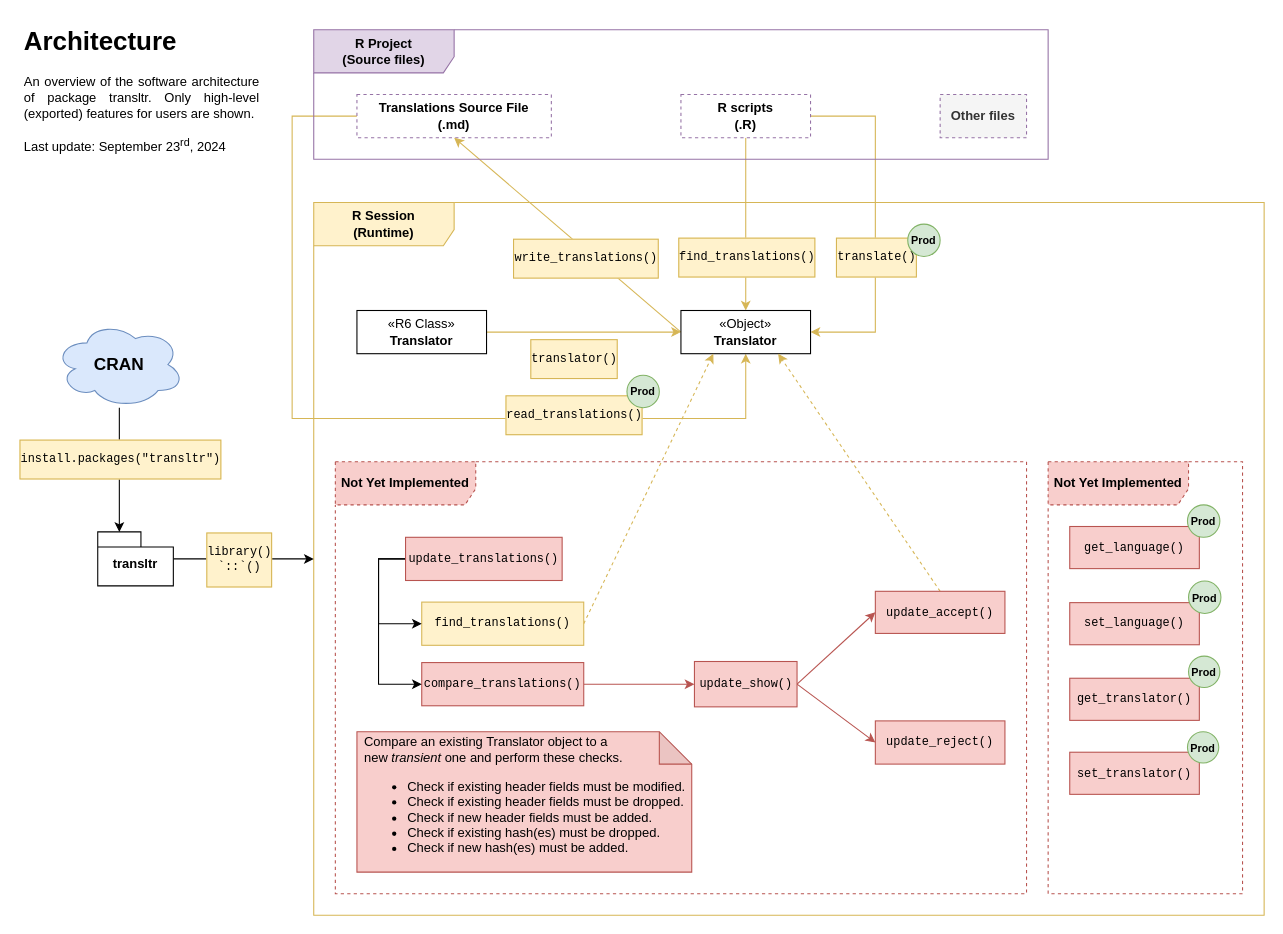
Earlier version of the draw.io diagram man/figures/architecture-overview-user.drawio (jeanmathieupotvin/transltr). Source tidied: cells renumbered, new cells numbered last; positions are measured from the earlier drawing's top-left corner, leaving out a move shared by most shapes. Both pictures are drawn from the tidied source at 108%, with x=0, y=0 at pixel (22, 18).
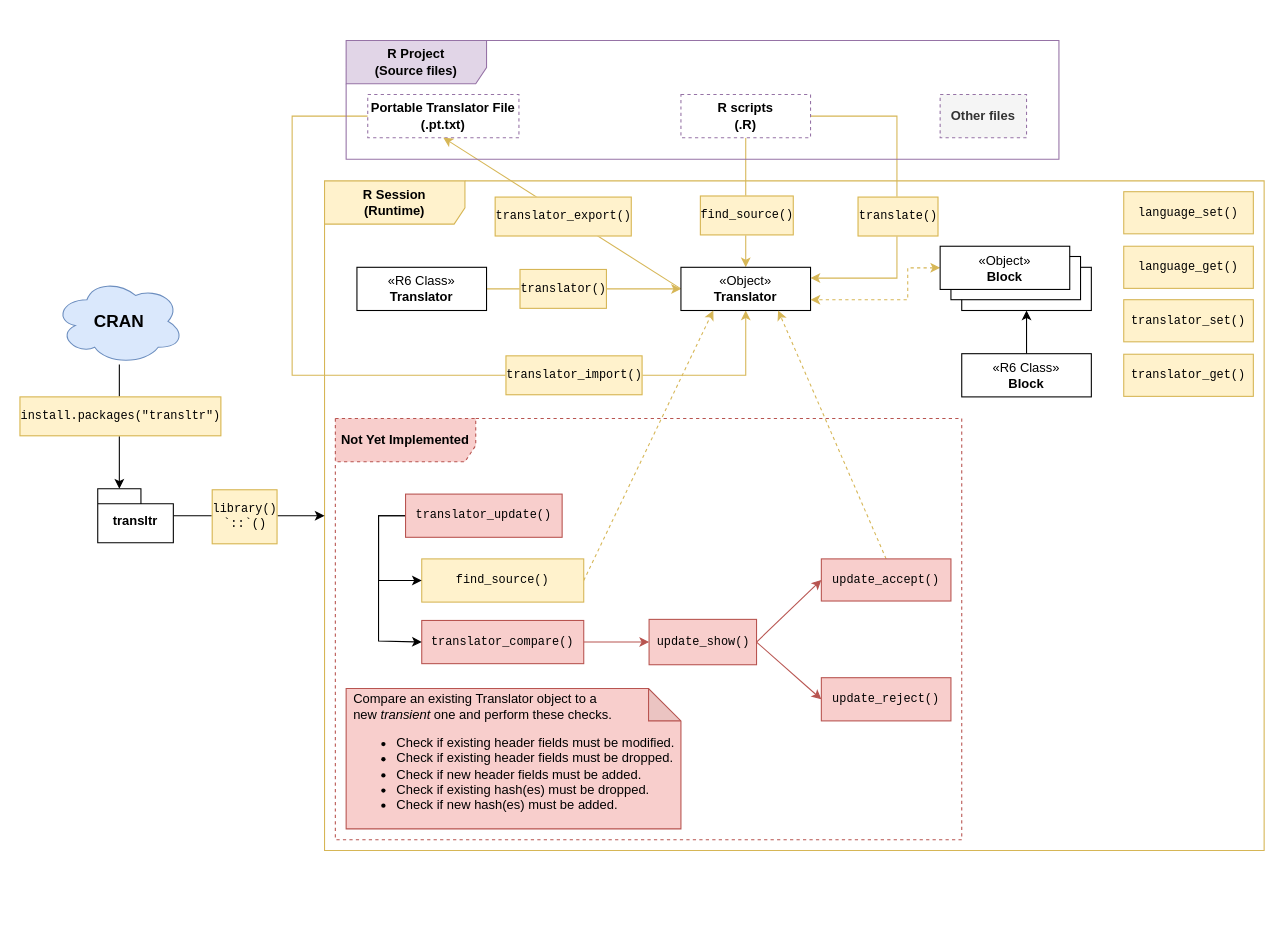
The same diagram, later.

Unchanged cells that the change refers to:
```xml
<mxCell id="5" style="edgeStyle=orthogonalEdgeStyle;rounded=0;jettySize=auto;html=1;entryX=0.5;entryY=0;entryDx=0;entryDy=0;fillColor=#fff2cc;strokeColor=#d6b656;" parent="1" edge="1" source="9" target="16">
  <mxGeometry relative="1" as="geometry" />
</mxCell>
<mxCell id="9" value="&lt;b&gt;R scripts&lt;br&gt;(.R)&lt;/b&gt;" style="html=1;whiteSpace=wrap;dashed=1;strokeColor=#9673A6;" parent="1" vertex="1">
  <mxGeometry x="610" y="70" width="120" height="40" as="geometry" />
</mxCell>
<mxCell id="11" style="edgeStyle=orthogonalEdgeStyle;rounded=0;jettySize=auto;html=1;fillColor=#fff2cc;strokeColor=#d6b656;" parent="1" edge="1" source="13" target="16">
  <mxGeometry relative="1" as="geometry" />
</mxCell>
<mxCell id="14" style="rounded=0;jettySize=auto;html=1;exitX=0;exitY=0.5;exitDx=0;exitDy=0;entryX=0.5;entryY=1;entryDx=0;entryDy=0;fillColor=#fff2cc;strokeColor=#d6b656;" parent="1" edge="1" source="16" target="4">
  <mxGeometry relative="1" as="geometry" />
</mxCell>
```

The edit, as a diff of the source:
```diff
@@
+    <mxCell id="52" style="html=1;whiteSpace=wrap;" parent="1" vertex="1">
+      <mxGeometry x="870" y="230" width="120" height="40" as="geometry" />
+    </mxCell>
     <mxCell id="2" style="edgeStyle=orthogonalEdgeStyle;rounded=0;jettySize=auto;html=1;entryX=0.5;entryY=1;entryDx=0;entryDy=0;fillColor=#fff2cc;strokeColor=#d6b656;" parent="1" edge="1" source="4" target="16">
       <mxGeometry relative="1" as="geometry">
         <Array as="points">
           <mxPoint x="250" y="90" />
-          <mxPoint x="250" y="370" />
-          <mxPoint x="670" y="370" />
+          <mxPoint x="250" y="330" />
+          <mxPoint x="670" y="330" />
         </Array>
       </mxGeometry>
     </mxCell>
-    <mxCell id="3" value="&lt;pre&gt;read_translations()&lt;/pre&gt;" style="edgeLabel;html=1;align=center;verticalAlign=middle;labelBorderColor=#D6B656;textShadow=0;labelBackgroundColor=#FFF2CC;spacingLeft=2;spacingRight=2;" parent="2" vertex="1">
+    <mxCell id="3" value="&lt;pre&gt;translator_import()&lt;/pre&gt;" style="edgeLabel;html=1;align=center;verticalAlign=middle;labelBorderColor=#D6B656;textShadow=0;labelBackgroundColor=#FFF2CC;spacingLeft=2;spacingRight=2;" parent="2" vertex="1">
       <mxGeometry x="0.87" y="1" relative="1" as="geometry">
-        <mxPoint x="-159" y="3" as="offset" />
+        <mxPoint x="-159" y="8" as="offset" />
       </mxGeometry>
     </mxCell>
-    <mxCell id="4" value="&lt;b&gt;Translations Source File &lt;br&gt;(.md)&lt;/b&gt;" style="html=1;whiteSpace=wrap;dashed=1;strokeColor=#9673A6;" parent="1" vertex="1">
-      <mxGeometry x="310" y="70" width="180" height="40" as="geometry" />
+    <mxCell id="4" value="&lt;b&gt;Portable Translator File&lt;br&gt;(.pt.txt)&lt;/b&gt;" style="html=1;whiteSpace=wrap;dashed=1;strokeColor=#9673A6;" parent="1" vertex="1">
+      <mxGeometry x="320" y="70" width="140" height="40" as="geometry" />
     </mxCell>
@@
-    <mxCell id="6" value="&lt;pre&gt;find_translations()&lt;/pre&gt;" style="edgeLabel;html=1;align=center;verticalAlign=middle;labelBorderColor=#D6B656;textShadow=0;labelBackgroundColor=#FFF2CC;spacingLeft=2;spacingRight=2;" parent="5" vertex="1">
+    <mxCell id="6" value="&lt;pre&gt;find_source()&lt;/pre&gt;" style="edgeLabel;html=1;align=center;verticalAlign=middle;labelBorderColor=#D6B656;textShadow=0;labelBackgroundColor=#FFF2CC;spacingLeft=2;spacingRight=2;" parent="5" vertex="1">
       <mxGeometry x="-0.21" relative="1" as="geometry">
-        <mxPoint y="47" as="offset" />
+        <mxPoint y="24" as="offset" />
       </mxGeometry>
     </mxCell>
-    <mxCell id="7" style="edgeStyle=orthogonalEdgeStyle;rounded=0;jettySize=auto;html=1;entryX=1;entryY=0.5;entryDx=0;entryDy=0;exitX=1;exitY=0.5;exitDx=0;exitDy=0;fillColor=#fff2cc;strokeColor=#d6b656;" parent="1" edge="1" source="9" target="16">
+    <mxCell id="7" style="edgeStyle=orthogonalEdgeStyle;rounded=0;jettySize=auto;html=1;entryX=1;entryY=0.25;entryDx=0;entryDy=0;exitX=1;exitY=0.5;exitDx=0;exitDy=0;fillColor=#fff2cc;strokeColor=#d6b656;" parent="1" edge="1" source="9" target="16">
       <mxGeometry relative="1" as="geometry">
         <Array as="points">
-          <mxPoint x="790" y="90" />
-          <mxPoint x="790" y="290" />
+          <mxPoint x="810" y="90" />
+          <mxPoint x="810" y="240" />
         </Array>
       </mxGeometry>
     </mxCell>
     <mxCell id="8" value="&lt;pre&gt;translate()&lt;/pre&gt;" style="edgeLabel;html=1;align=center;verticalAlign=middle;labelBorderColor=#D6B656;textShadow=0;labelBackgroundColor=#FFF2CC;spacingLeft=2;spacingRight=2;" parent="7" vertex="1">
       <mxGeometry x="-0.08" y="-1" relative="1" as="geometry">
-        <mxPoint x="1" y="43" as="offset" />
+        <mxPoint x="1" y="29" as="offset" />
       </mxGeometry>
     </mxCell>
@@
     <mxCell id="10" value="R Session&lt;br&gt;(Runtime)" style="shape=umlFrame;whiteSpace=wrap;html=1;width=130;height=40;fontStyle=1;fillColor=#fff2cc;strokeColor=#D6B656;swimlaneFillColor=none;" parent="1" vertex="1">
-      <mxGeometry x="270" y="170" width="880" height="660" as="geometry" />
+      <mxGeometry x="280" y="150" width="870" height="620" as="geometry" />
     </mxCell>
@@
     <mxCell id="12" value="&lt;pre&gt;translator()&lt;/pre&gt;" style="edgeLabel;html=1;align=center;verticalAlign=top;fontFamily=Helvetica;labelPosition=center;verticalLabelPosition=bottom;labelBackgroundColor=#FFF2CC;labelBorderColor=#D6B656;textShadow=0;spacingLeft=2;spacingRight=2;" parent="11" vertex="1">
       <mxGeometry x="-0.2" y="3" relative="1" as="geometry">
-        <mxPoint x="8" y="3" as="offset" />
+        <mxPoint x="-2" y="-22" as="offset" />
       </mxGeometry>
     </mxCell>
     <mxCell id="13" value="«R6 Class»&lt;br&gt;&lt;b&gt;Translator&lt;/b&gt;" style="html=1;whiteSpace=wrap;" parent="1" vertex="1">
-      <mxGeometry x="310" y="270" width="120" height="40" as="geometry" />
+      <mxGeometry x="310" y="230" width="120" height="40" as="geometry" />
     </mxCell>
@@
-    <mxCell id="15" value="&lt;pre&gt;write_translations()&lt;/pre&gt;" style="edgeLabel;html=1;align=center;verticalAlign=middle;labelBorderColor=#D6B656;textShadow=0;labelBackgroundColor=#FFF2CC;spacingLeft=2;spacingRight=2;" parent="14" vertex="1">
+    <mxCell id="15" value="&lt;pre&gt;translator_export()&lt;/pre&gt;" style="edgeLabel;html=1;align=center;verticalAlign=middle;labelBorderColor=#D6B656;textShadow=0;labelBackgroundColor=#FFF2CC;spacingLeft=2;spacingRight=2;" parent="14" vertex="1">
       <mxGeometry x="-0.26" y="2" relative="1" as="geometry">
-        <mxPoint x="-10" y="-4" as="offset" />
+        <mxPoint x="-27" y="-18" as="offset" />
       </mxGeometry>
     </mxCell>
     <mxCell id="16" value="«Object»&lt;br&gt;&lt;b&gt;Translator&lt;/b&gt;" style="html=1;whiteSpace=wrap;" parent="1" vertex="1">
-      <mxGeometry x="610" y="270" width="120" height="40" as="geometry" />
+      <mxGeometry x="610" y="230" width="120" height="40" as="geometry" />
     </mxCell>
     <mxCell id="17" value="R Project&lt;br&gt;(Source files)" style="shape=umlFrame;whiteSpace=wrap;html=1;width=130;height=40;fontStyle=1;fillColor=#e1d5e7;strokeColor=#9673a6;" parent="1" vertex="1">
-      <mxGeometry x="270" y="10" width="680" height="120" as="geometry" />
+      <mxGeometry x="300" y="20" width="660" height="110" as="geometry" />
     </mxCell>
@@
-    <mxCell id="19" value="&lt;pre style=&quot;font-size: 11px;&quot;&gt;compare_translations()&lt;/pre&gt;" style="html=1;whiteSpace=wrap;shadow=0;fillColor=#f8cecc;strokeColor=#b85450;fontSize=11;" parent="1" vertex="1">
-      <mxGeometry x="370" y="596" width="150" height="40" as="geometry" />
+    <mxCell id="19" value="&lt;pre style=&quot;font-size: 11px;&quot;&gt;translator_compare()&lt;/pre&gt;" style="html=1;whiteSpace=wrap;shadow=0;fillColor=#f8cecc;strokeColor=#b85450;fontSize=11;" parent="1" vertex="1">
+      <mxGeometry x="370" y="557" width="150" height="40" as="geometry" />
     </mxCell>
@@
-    <mxCell id="21" value="&lt;pre style=&quot;font-size: 11px;&quot;&gt;find_translations()&lt;/pre&gt;" style="html=1;whiteSpace=wrap;shadow=0;fillColor=#fff2cc;strokeColor=#d6b656;fontSize=11;" parent="1" vertex="1">
-      <mxGeometry x="370" y="540" width="150" height="40" as="geometry" />
+    <mxCell id="21" value="&lt;pre style=&quot;font-size: 11px;&quot;&gt;find_source()&lt;/pre&gt;" style="html=1;whiteSpace=wrap;shadow=0;fillColor=#fff2cc;strokeColor=#d6b656;fontSize=11;" parent="1" vertex="1">
+      <mxGeometry x="370" y="500" width="150" height="40" as="geometry" />
     </mxCell>
     <mxCell id="22" style="edgeStyle=orthogonalEdgeStyle;rounded=0;jettySize=auto;html=1;entryX=0;entryY=0.5;entryDx=0;entryDy=0;exitX=0;exitY=0.5;exitDx=0;exitDy=0;" parent="1" edge="1" source="24" target="21">
       <mxGeometry relative="1" as="geometry">
         <Array as="points">
-          <mxPoint x="330" y="500" />
-          <mxPoint x="330" y="560" />
+          <mxPoint x="330" y="460" />
+          <mxPoint x="330" y="520" />
         </Array>
       </mxGeometry>
     </mxCell>
     <mxCell id="23" style="edgeStyle=orthogonalEdgeStyle;rounded=0;jettySize=auto;html=1;entryX=0;entryY=0.5;entryDx=0;entryDy=0;exitX=0;exitY=0.5;exitDx=0;exitDy=0;" parent="1" edge="1" source="24" target="19">
       <mxGeometry relative="1" as="geometry">
         <Array as="points">
-          <mxPoint x="330" y="500" />
-          <mxPoint x="330" y="616" />
+          <mxPoint x="330" y="460" />
+          <mxPoint x="330" y="576" />
         </Array>
       </mxGeometry>
     </mxCell>
-    <mxCell id="24" value="&lt;pre style=&quot;font-size: 11px;&quot;&gt;update_translations()&lt;/pre&gt;" style="html=1;whiteSpace=wrap;shadow=0;fillColor=#f8cecc;strokeColor=#b85450;fontSize=11;" parent="1" vertex="1">
-      <mxGeometry x="355" y="480" width="145" height="40" as="geometry" />
+    <mxCell id="24" value="&lt;pre style=&quot;font-size: 11px;&quot;&gt;translator_update()&lt;/pre&gt;" style="html=1;whiteSpace=wrap;shadow=0;fillColor=#f8cecc;strokeColor=#b85450;fontSize=11;" parent="1" vertex="1">
+      <mxGeometry x="355" y="440" width="145" height="40" as="geometry" />
     </mxCell>
@@
     <mxCell id="26" value="&lt;pre style=&quot;font-size: 11px;&quot;&gt;update_accept()&lt;/pre&gt;" style="html=1;whiteSpace=wrap;shadow=0;fillColor=#f8cecc;strokeColor=#b85450;fontSize=11;" parent="1" vertex="1">
-      <mxGeometry x="790" y="530" width="120" height="39" as="geometry" />
+      <mxGeometry x="740" y="500" width="120" height="39" as="geometry" />
     </mxCell>
     <mxCell id="27" value="&lt;pre style=&quot;font-size: 11px;&quot;&gt;update_reject()&lt;/pre&gt;" style="html=1;whiteSpace=wrap;shadow=0;fillColor=#f8cecc;strokeColor=#b85450;fontSize=11;" parent="1" vertex="1">
-      <mxGeometry x="790" y="650" width="120" height="40" as="geometry" />
+      <mxGeometry x="740" y="610" width="120" height="40" as="geometry" />
     </mxCell>
     <mxCell id="28" value="Not Yet Implemented" style="shape=umlFrame;whiteSpace=wrap;html=1;width=130;height=40;fontStyle=1;fillColor=#f8cecc;strokeColor=#b85450;swimlaneFillColor=none;dashed=1;" parent="1" vertex="1">
-      <mxGeometry x="290" y="410" width="640" height="400" as="geometry" />
+      <mxGeometry x="290" y="370" width="580" height="390" as="geometry" />
     </mxCell>
     <mxCell id="29" value="Compare an existing Translator object to a &lt;br&gt;new &lt;i&gt;transient &lt;/i&gt;one and perform these checks.&lt;br&gt;&lt;ul&gt;&lt;li&gt;Check if existing header fields must be modified.&lt;/li&gt;&lt;li&gt;Check if existing header fields must be dropped.&lt;/li&gt;&lt;li&gt;Check if new header fields must be added.&lt;/li&gt;&lt;li&gt;Check if existing hash(es) must be dropped.&lt;/li&gt;&lt;li&gt;Check if new hash(es) must be added.&lt;/li&gt;&lt;/ul&gt;" style="shape=note;whiteSpace=wrap;html=1;backgroundOutline=1;darkOpacity=0.05;align=left;spacingLeft=5;spacingRight=5;fillColor=#f8cecc;strokeColor=#b85450;" parent="1" vertex="1">
-      <mxGeometry x="310" y="660" width="310" height="130" as="geometry" />
+      <mxGeometry x="300" y="620" width="310" height="130" as="geometry" />
     </mxCell>
@@
     <mxCell id="32" value="&lt;pre style=&quot;font-size: 11px;&quot;&gt;update_show()&lt;/pre&gt;" style="html=1;whiteSpace=wrap;shadow=0;fillColor=#f8cecc;strokeColor=#b85450;fontSize=11;" parent="1" vertex="1">
-      <mxGeometry x="622.5" y="595" width="95" height="42" as="geometry" />
+      <mxGeometry x="580.5" y="556" width="99.5" height="42" as="geometry" />
     </mxCell>
@@
     <mxCell id="36" value="&lt;div&gt;&lt;font&gt;transltr&lt;/font&gt;&lt;/div&gt;" style="shape=folder;fontStyle=1;spacingTop=10;tabWidth=40;tabHeight=14;tabPosition=left;html=1;whiteSpace=wrap;fontFamily=Helvetica;" parent="1" vertex="1">
-      <mxGeometry x="70" y="475" width="70" height="50" as="geometry" />
+      <mxGeometry x="70" y="435" width="70" height="50" as="geometry" />
     </mxCell>
     <mxCell id="37" value="CRAN" style="ellipse;shape=cloud;whiteSpace=wrap;html=1;fillColor=#dae8fc;strokeColor=#6c8ebf;fontStyle=1;fontSize=16;" parent="1" vertex="1">
-      <mxGeometry x="30" y="280" width="120" height="80" as="geometry" />
+      <mxGeometry x="30" y="240" width="120" height="80" as="geometry" />
     </mxCell>
@@
-    <mxCell id="40" value="&lt;h1 style=&quot;text-align: justify; margin-top: 0px;&quot;&gt;Architecture&lt;/h1&gt;&lt;div style=&quot;text-align: justify;&quot;&gt;An overview of the software architecture of package transltr. Only high-level (exported) features for users are shown.&lt;/div&gt;&lt;div style=&quot;text-align: justify;&quot;&gt;&lt;br&gt;&lt;/div&gt;&lt;div style=&quot;text-align: justify;&quot;&gt;Last update: September 23&lt;sup&gt;rd&lt;/sup&gt;, 2024&lt;/div&gt;" style="text;html=1;whiteSpace=wrap;overflow=hidden;rounded=0;fillColor=none;" parent="1" vertex="1">
-      <mxGeometry width="220" height="130" as="geometry" />
-    </mxCell>
-    <mxCell id="41" value="Prod" style="ellipse;whiteSpace=wrap;html=1;fillColor=#d5e8d4;strokeColor=#82b366;fontStyle=1;fontSize=10;" parent="1" vertex="1">
-      <mxGeometry x="560" y="330" width="30" height="30" as="geometry" />
-    </mxCell>
-    <mxCell id="42" value="&lt;pre style=&quot;font-size: 11px;&quot;&gt;set_language()&lt;/pre&gt;" style="html=1;whiteSpace=wrap;shadow=0;fillColor=#f8cecc;strokeColor=#b85450;fontSize=11;" parent="1" vertex="1">
-      <mxGeometry x="970" y="540.5" width="120" height="39" as="geometry" />
+    <mxCell id="42" value="&lt;pre style=&quot;font-size: 11px;&quot;&gt;language_get()&lt;/pre&gt;" style="html=1;whiteSpace=wrap;shadow=0;fillColor=#fff2cc;strokeColor=#d6b656;fontSize=11;" parent="1" vertex="1">
+      <mxGeometry x="1020" y="210.5" width="120" height="39" as="geometry" />
     </mxCell>
-    <mxCell id="43" value="&lt;pre style=&quot;font-size: 11px;&quot;&gt;set_translator()&lt;/pre&gt;" style="html=1;whiteSpace=wrap;shadow=0;fillColor=#f8cecc;strokeColor=#b85450;fontSize=11;" parent="1" vertex="1">
-      <mxGeometry x="970" y="679" width="120" height="39" as="geometry" />
+    <mxCell id="43" value="&lt;pre style=&quot;font-size: 11px;&quot;&gt;translator_get()&lt;/pre&gt;" style="html=1;whiteSpace=wrap;shadow=0;fillColor=#fff2cc;strokeColor=#d6b656;fontSize=11;" parent="1" vertex="1">
+      <mxGeometry x="1020" y="310.5" width="120" height="39" as="geometry" />
     </mxCell>
-    <mxCell id="44" value="&lt;pre style=&quot;font-size: 11px;&quot;&gt;get_translator()&lt;/pre&gt;" style="html=1;whiteSpace=wrap;shadow=0;fillColor=#f8cecc;strokeColor=#b85450;fontSize=11;" parent="1" vertex="1">
-      <mxGeometry x="970" y="610.5" width="120" height="39" as="geometry" />
+    <mxCell id="44" value="&lt;pre style=&quot;font-size: 11px;&quot;&gt;translator_set()&lt;/pre&gt;" style="html=1;whiteSpace=wrap;shadow=0;fillColor=#fff2cc;strokeColor=#d6b656;fontSize=11;" parent="1" vertex="1">
+      <mxGeometry x="1020" y="260" width="120" height="39" as="geometry" />
     </mxCell>
-    <mxCell id="45" value="&lt;pre style=&quot;font-size: 11px;&quot;&gt;get_language()&lt;/pre&gt;" style="html=1;whiteSpace=wrap;shadow=0;fillColor=#f8cecc;strokeColor=#b85450;fontSize=11;" parent="1" vertex="1">
-      <mxGeometry x="970" y="470" width="120" height="39" as="geometry" />
+    <mxCell id="45" value="&lt;pre style=&quot;font-size: 11px;&quot;&gt;language_set()&lt;/pre&gt;" style="html=1;whiteSpace=wrap;shadow=0;fillColor=#fff2cc;strokeColor=#d6b656;fontSize=11;" parent="1" vertex="1">
+      <mxGeometry x="1020" y="160" width="120" height="39" as="geometry" />
     </mxCell>
-    <mxCell id="46" value="Not Yet Implemented" style="shape=umlFrame;whiteSpace=wrap;html=1;width=130;height=40;fontStyle=1;fillColor=#f8cecc;strokeColor=#b85450;swimlaneFillColor=none;dashed=1;" parent="1" vertex="1">
-      <mxGeometry x="950" y="410" width="180" height="400" as="geometry" />
-    </mxCell>
-    <mxCell id="47" value="Prod" style="ellipse;whiteSpace=wrap;html=1;fillColor=#d5e8d4;strokeColor=#82b366;fontStyle=1;fontSize=10;" parent="1" vertex="1">
-      <mxGeometry x="820" y="190" width="30" height="30" as="geometry" />
-    </mxCell>
-    <mxCell id="48" value="Prod" style="ellipse;whiteSpace=wrap;html=1;fillColor=#d5e8d4;strokeColor=#82b366;fontStyle=1;fontSize=10;" parent="1" vertex="1">
-      <mxGeometry x="1079" y="450" width="30" height="30" as="geometry" />
-    </mxCell>
-    <mxCell id="49" value="Prod" style="ellipse;whiteSpace=wrap;html=1;fillColor=#d5e8d4;strokeColor=#82b366;fontStyle=1;fontSize=10;" parent="1" vertex="1">
-      <mxGeometry x="1080" y="520.5" width="30" height="30" as="geometry" />
-    </mxCell>
-    <mxCell id="50" value="Prod" style="ellipse;whiteSpace=wrap;html=1;fillColor=#d5e8d4;strokeColor=#82b366;fontStyle=1;fontSize=10;" parent="1" vertex="1">
-      <mxGeometry x="1080" y="590" width="29" height="29" as="geometry" />
-    </mxCell>
-    <mxCell id="51" value="Prod" style="ellipse;whiteSpace=wrap;html=1;fillColor=#d5e8d4;strokeColor=#82b366;fontStyle=1;fontSize=10;" parent="1" vertex="1">
-      <mxGeometry x="1079" y="660" width="29" height="29" as="geometry" />
-    </mxCell>
+    <mxCell id="53" style="edgeStyle=orthogonalEdgeStyle;rounded=0;jettySize=auto;html=1;entryX=0.5;entryY=1;entryDx=0;entryDy=0;fillColor=#fff2cc;strokeColor=#000000;" parent="1" edge="1" source="54" target="52">
+      <mxGeometry relative="1" as="geometry" />
+    </mxCell>
+    <mxCell id="54" value="«R6 Class»&lt;br&gt;&lt;b&gt;Block&lt;/b&gt;" style="html=1;whiteSpace=wrap;" parent="1" vertex="1">
+      <mxGeometry x="870" y="310" width="120" height="40" as="geometry" />
+    </mxCell>
+    <mxCell id="55" style="html=1;whiteSpace=wrap;" parent="1" vertex="1">
+      <mxGeometry x="860" y="220" width="120" height="40" as="geometry" />
+    </mxCell>
+    <mxCell id="56" style="edgeStyle=orthogonalEdgeStyle;rounded=0;jettySize=auto;html=1;exitX=0;exitY=0.5;exitDx=0;exitDy=0;entryX=1;entryY=0.75;entryDx=0;entryDy=0;startArrow=classic;startFill=1;endArrow=classic;endFill=1;fillColor=#fff2cc;strokeColor=#d6b656;dashed=1;" parent="1" edge="1" source="57" target="16">
+      <mxGeometry relative="1" as="geometry">
+        <Array as="points">
+          <mxPoint x="820" y="231" />
+          <mxPoint x="820" y="260" />
+        </Array>
+      </mxGeometry>
+    </mxCell>
+    <mxCell id="57" value="«Object»&lt;br&gt;&lt;b&gt;Block&lt;/b&gt;" style="html=1;whiteSpace=wrap;" parent="1" vertex="1">
+      <mxGeometry x="850" y="210.5" width="120" height="40" as="geometry" />
+    </mxCell>
```
